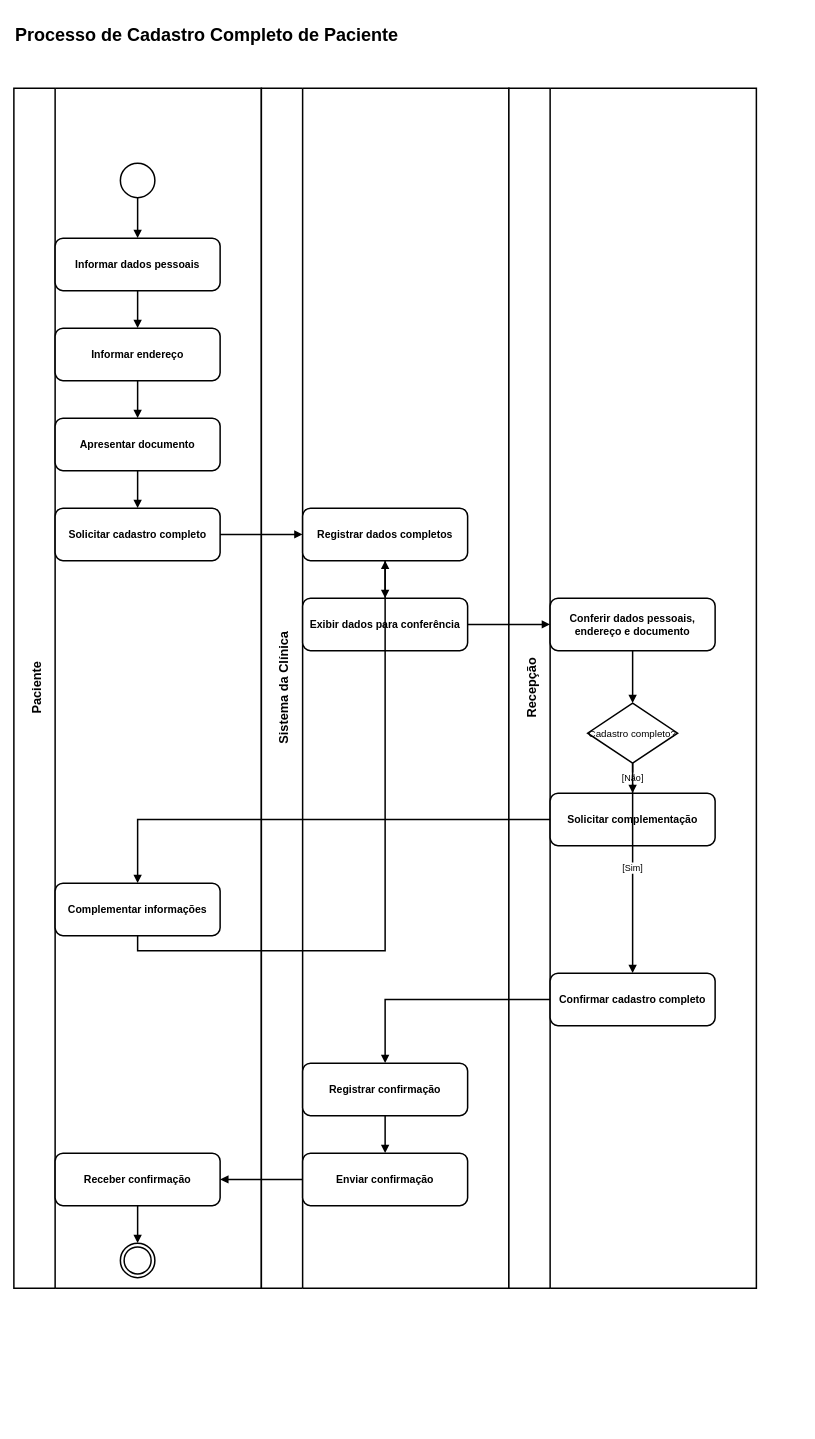
Before: documentos/diagramas/atividade/02-cadastro-paciente-completo.drawio in itodoconhecer-cmyk/aulas_umc_2026_1_spring_boot, a draw.io diagram. Source tidied: cells renumbered, new cells numbered last; positions are measured from the earlier drawing's top-left corner, leaving out a move shared by most shapes. Both pictures are drawn from the tidied source at 75%, with x=0, y=0 at pixel (14, 13).
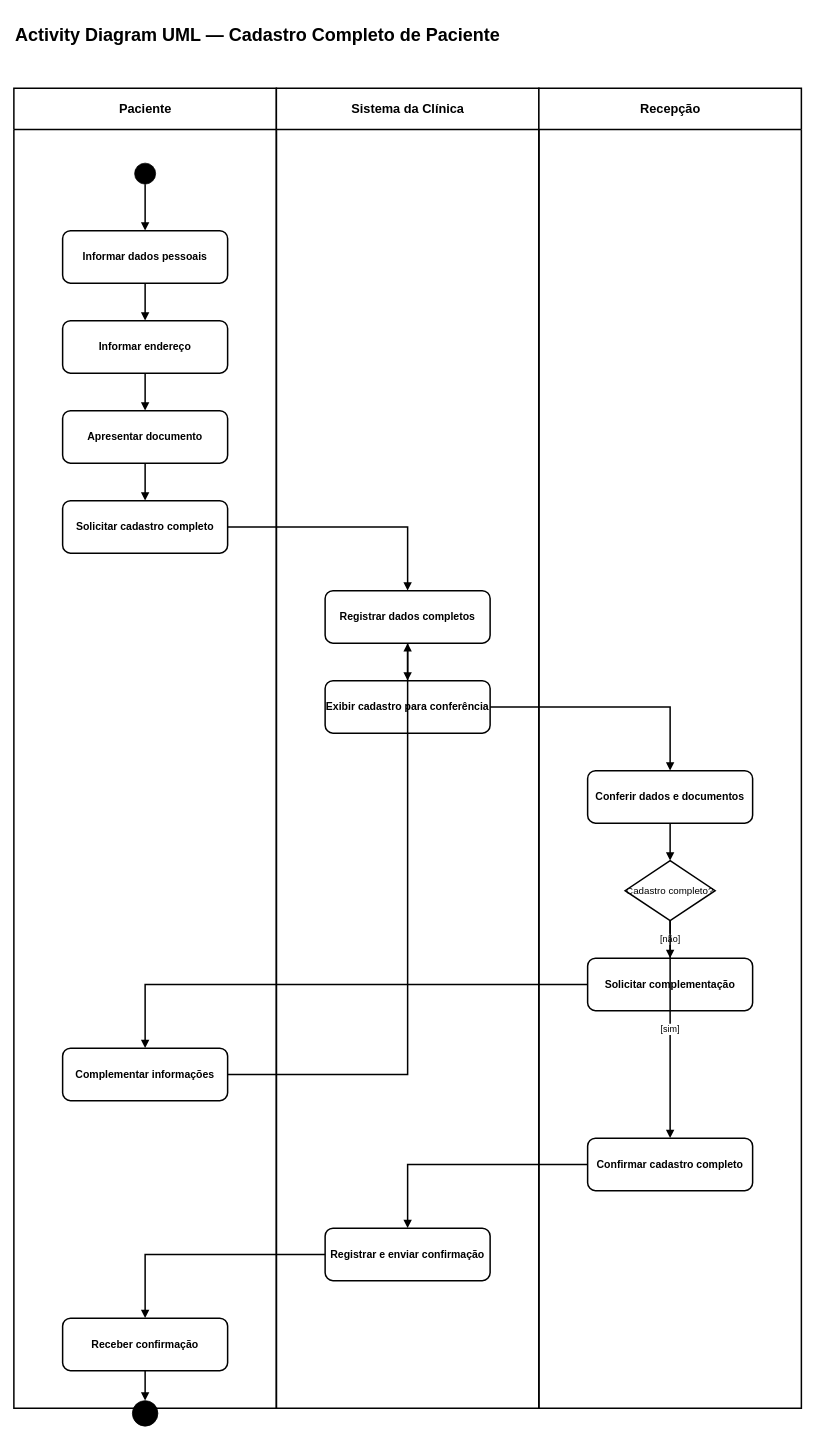
The same page after the edit.

Commit message:
docs: refaz activity diagram de cadastro completo com swimlanes UML

The edit, as a diff of the source:
```diff
@@
-    <mxCell id="2" value="Processo de Cadastro Completo de Paciente" style="text;html=1;align=left;verticalAlign=middle;fontSize=24;fontStyle=1;" parent="1" vertex="1">
-      <mxGeometry width="990" height="60" as="geometry" />
+    <mxCell id="2" value="Activity Diagram UML — Cadastro Completo de Paciente" style="text;html=1;align=left;verticalAlign=middle;fontSize=24;fontStyle=1;" parent="1" vertex="1">
+      <mxGeometry width="1050" height="60" as="geometry" />
     </mxCell>
-    <mxCell id="3" value="Paciente" style="swimlane;horizontal=0;startSize=55;html=1;fontStyle=1;fontSize=17;align=center;verticalAlign=top;spacingTop=14;fillColor=#ffffff;strokeColor=#000000;strokeWidth=2;" parent="1" vertex="1">
-      <mxGeometry y="100" width="330" height="1600" as="geometry" />
+    <mxCell id="3" value="Paciente" style="swimlane;horizontal=1;startSize=55;html=1;fontStyle=1;fontSize=17;align=center;verticalAlign=middle;fillColor=#ffffff;strokeColor=#000000;strokeWidth=2;" parent="1" vertex="1">
+      <mxGeometry y="100" width="350" height="1760" as="geometry" />
     </mxCell>
-    <mxCell id="4" value="Sistema da Clínica" style="swimlane;horizontal=0;startSize=55;html=1;fontStyle=1;fontSize=17;align=center;verticalAlign=top;spacingTop=14;fillColor=#ffffff;strokeColor=#000000;strokeWidth=2;" parent="1" vertex="1">
-      <mxGeometry x="330" y="100" width="330" height="1600" as="geometry" />
+    <mxCell id="4" value="Sistema da Clínica" style="swimlane;horizontal=1;startSize=55;html=1;fontStyle=1;fontSize=17;align=center;verticalAlign=middle;fillColor=#ffffff;strokeColor=#000000;strokeWidth=2;" parent="1" vertex="1">
+      <mxGeometry x="350" y="100" width="350" height="1760" as="geometry" />
     </mxCell>
-    <mxCell id="5" value="Recepção" style="swimlane;horizontal=0;startSize=55;html=1;fontStyle=1;fontSize=17;align=center;verticalAlign=top;spacingTop=14;fillColor=#ffffff;strokeColor=#000000;strokeWidth=2;" parent="1" vertex="1">
-      <mxGeometry x="660" y="100" width="330" height="1600" as="geometry" />
+    <mxCell id="5" value="Recepção" style="swimlane;horizontal=1;startSize=55;html=1;fontStyle=1;fontSize=17;align=center;verticalAlign=middle;fillColor=#ffffff;strokeColor=#000000;strokeWidth=2;" parent="1" vertex="1">
+      <mxGeometry x="700" y="100" width="350" height="1760" as="geometry" />
     </mxCell>
-    <mxCell id="6" style="ellipse;html=1;fillColor=#ffffff;strokeColor=#000000;strokeWidth=2;" parent="1" vertex="1">
-      <mxGeometry x="142" y="200" width="46" height="46" as="geometry" />
+    <mxCell id="6" style="ellipse;html=1;fillColor=#000000;strokeColor=#000000;" parent="3" vertex="1">
+      <mxGeometry x="161" y="100" width="28" height="28" as="geometry" />
     </mxCell>
-    <mxCell id="7" value="Informar dados pessoais" style="rounded=1;whiteSpace=wrap;html=1;fontSize=14;fontStyle=1;strokeWidth=2;fillColor=#ffffff;strokeColor=#000000;" parent="1" vertex="1">
-      <mxGeometry x="55" y="300" width="220" height="70" as="geometry" />
+    <mxCell id="7" value="Informar dados pessoais" style="rounded=1;whiteSpace=wrap;html=1;fontSize=14;fontStyle=1;strokeWidth=2;fillColor=#ffffff;strokeColor=#000000;" parent="3" vertex="1">
+      <mxGeometry x="65" y="190" width="220" height="70" as="geometry" />
     </mxCell>
-    <mxCell id="8" value="Informar endereço" style="rounded=1;whiteSpace=wrap;html=1;fontSize=14;fontStyle=1;strokeWidth=2;fillColor=#ffffff;strokeColor=#000000;" parent="1" vertex="1">
-      <mxGeometry x="55" y="420" width="220" height="70" as="geometry" />
+    <mxCell id="8" value="Informar endereço" style="rounded=1;whiteSpace=wrap;html=1;fontSize=14;fontStyle=1;strokeWidth=2;fillColor=#ffffff;strokeColor=#000000;" parent="3" vertex="1">
+      <mxGeometry x="65" y="310" width="220" height="70" as="geometry" />
     </mxCell>
-    <mxCell id="9" value="Apresentar documento" style="rounded=1;whiteSpace=wrap;html=1;fontSize=14;fontStyle=1;strokeWidth=2;fillColor=#ffffff;strokeColor=#000000;" parent="1" vertex="1">
-      <mxGeometry x="55" y="540" width="220" height="70" as="geometry" />
+    <mxCell id="9" value="Apresentar documento" style="rounded=1;whiteSpace=wrap;html=1;fontSize=14;fontStyle=1;strokeWidth=2;fillColor=#ffffff;strokeColor=#000000;" parent="3" vertex="1">
+      <mxGeometry x="65" y="430" width="220" height="70" as="geometry" />
     </mxCell>
-    <mxCell id="10" value="Solicitar cadastro completo" style="rounded=1;whiteSpace=wrap;html=1;fontSize=14;fontStyle=1;strokeWidth=2;fillColor=#ffffff;strokeColor=#000000;" parent="1" vertex="1">
-      <mxGeometry x="55" y="660" width="220" height="70" as="geometry" />
+    <mxCell id="10" value="Solicitar cadastro completo" style="rounded=1;whiteSpace=wrap;html=1;fontSize=14;fontStyle=1;strokeWidth=2;fillColor=#ffffff;strokeColor=#000000;" parent="3" vertex="1">
+      <mxGeometry x="65" y="550" width="220" height="70" as="geometry" />
     </mxCell>
-    <mxCell id="11" value="Registrar dados completos" style="rounded=1;whiteSpace=wrap;html=1;fontSize=14;fontStyle=1;strokeWidth=2;fillColor=#ffffff;strokeColor=#000000;" parent="1" vertex="1">
-      <mxGeometry x="385" y="660" width="220" height="70" as="geometry" />
+    <mxCell id="11" value="Registrar dados completos" style="rounded=1;whiteSpace=wrap;html=1;fontSize=14;fontStyle=1;strokeWidth=2;fillColor=#ffffff;strokeColor=#000000;" parent="4" vertex="1">
+      <mxGeometry x="65" y="670" width="220" height="70" as="geometry" />
     </mxCell>
-    <mxCell id="12" value="Exibir dados para conferência" style="rounded=1;whiteSpace=wrap;html=1;fontSize=14;fontStyle=1;strokeWidth=2;fillColor=#ffffff;strokeColor=#000000;" parent="1" vertex="1">
-      <mxGeometry x="385" y="780" width="220" height="70" as="geometry" />
+    <mxCell id="12" value="Exibir cadastro para conferência" style="rounded=1;whiteSpace=wrap;html=1;fontSize=14;fontStyle=1;strokeWidth=2;fillColor=#ffffff;strokeColor=#000000;" parent="4" vertex="1">
+      <mxGeometry x="65" y="790" width="220" height="70" as="geometry" />
     </mxCell>
-    <mxCell id="13" value="Conferir dados pessoais, endereço e documento" style="rounded=1;whiteSpace=wrap;html=1;fontSize=14;fontStyle=1;strokeWidth=2;fillColor=#ffffff;strokeColor=#000000;" parent="1" vertex="1">
-      <mxGeometry x="715" y="780" width="220" height="70" as="geometry" />
+    <mxCell id="13" value="Conferir dados e documentos" style="rounded=1;whiteSpace=wrap;html=1;fontSize=14;fontStyle=1;strokeWidth=2;fillColor=#ffffff;strokeColor=#000000;" parent="5" vertex="1">
+      <mxGeometry x="65" y="910" width="220" height="70" as="geometry" />
     </mxCell>
-    <mxCell id="14" value="Cadastro completo?" style="rhombus;whiteSpace=wrap;html=1;fontSize=13;strokeWidth=2;fillColor=#ffffff;strokeColor=#000000;" parent="1" vertex="1">
-      <mxGeometry x="765" y="920" width="120" height="80" as="geometry" />
-    </mxCell>
-    <mxCell id="15" value="Solicitar complementação" style="rounded=1;whiteSpace=wrap;html=1;fontSize=14;fontStyle=1;strokeWidth=2;fillColor=#ffffff;strokeColor=#000000;" parent="1" vertex="1">
-      <mxGeometry x="715" y="1040" width="220" height="70" as="geometry" />
+    <mxCell id="15" value="Solicitar complementação" style="rounded=1;whiteSpace=wrap;html=1;fontSize=14;fontStyle=1;strokeWidth=2;fillColor=#ffffff;strokeColor=#000000;" parent="5" vertex="1">
+      <mxGeometry x="65" y="1160" width="220" height="70" as="geometry" />
     </mxCell>
-    <mxCell id="16" value="Complementar informações" style="rounded=1;whiteSpace=wrap;html=1;fontSize=14;fontStyle=1;strokeWidth=2;fillColor=#ffffff;strokeColor=#000000;" parent="1" vertex="1">
-      <mxGeometry x="55" y="1160" width="220" height="70" as="geometry" />
+    <mxCell id="16" value="Complementar informações" style="rounded=1;whiteSpace=wrap;html=1;fontSize=14;fontStyle=1;strokeWidth=2;fillColor=#ffffff;strokeColor=#000000;" parent="3" vertex="1">
+      <mxGeometry x="65" y="1280" width="220" height="70" as="geometry" />
     </mxCell>
-    <mxCell id="17" value="Confirmar cadastro completo" style="rounded=1;whiteSpace=wrap;html=1;fontSize=14;fontStyle=1;strokeWidth=2;fillColor=#ffffff;strokeColor=#000000;" parent="1" vertex="1">
-      <mxGeometry x="715" y="1280" width="220" height="70" as="geometry" />
+    <mxCell id="17" value="Confirmar cadastro completo" style="rounded=1;whiteSpace=wrap;html=1;fontSize=14;fontStyle=1;strokeWidth=2;fillColor=#ffffff;strokeColor=#000000;" parent="5" vertex="1">
+      <mxGeometry x="65" y="1400" width="220" height="70" as="geometry" />
     </mxCell>
-    <mxCell id="18" value="Registrar confirmação" style="rounded=1;whiteSpace=wrap;html=1;fontSize=14;fontStyle=1;strokeWidth=2;fillColor=#ffffff;strokeColor=#000000;" parent="1" vertex="1">
-      <mxGeometry x="385" y="1400" width="220" height="70" as="geometry" />
+    <mxCell id="18" value="Registrar e enviar confirmação" style="rounded=1;whiteSpace=wrap;html=1;fontSize=14;fontStyle=1;strokeWidth=2;fillColor=#ffffff;strokeColor=#000000;" parent="4" vertex="1">
+      <mxGeometry x="65" y="1520" width="220" height="70" as="geometry" />
     </mxCell>
-    <mxCell id="19" value="Enviar confirmação" style="rounded=1;whiteSpace=wrap;html=1;fontSize=14;fontStyle=1;strokeWidth=2;fillColor=#ffffff;strokeColor=#000000;" parent="1" vertex="1">
-      <mxGeometry x="385" y="1520" width="220" height="70" as="geometry" />
+    <mxCell id="19" value="Receber confirmação" style="rounded=1;whiteSpace=wrap;html=1;fontSize=14;fontStyle=1;strokeWidth=2;fillColor=#ffffff;strokeColor=#000000;" parent="3" vertex="1">
+      <mxGeometry x="65" y="1640" width="220" height="70" as="geometry" />
     </mxCell>
-    <mxCell id="20" value="Receber confirmação" style="rounded=1;whiteSpace=wrap;html=1;fontSize=14;fontStyle=1;strokeWidth=2;fillColor=#ffffff;strokeColor=#000000;" parent="1" vertex="1">
-      <mxGeometry x="55" y="1520" width="220" height="70" as="geometry" />
-    </mxCell>
+    <mxCell id="14" value="Cadastro completo?" style="rhombus;whiteSpace=wrap;html=1;fontSize=13;strokeWidth=2;fillColor=#ffffff;strokeColor=#000000;" parent="5" vertex="1">
+      <mxGeometry x="115" y="1030" width="120" height="80" as="geometry" />
+    </mxCell>
-    <mxCell id="21" style="ellipse;html=1;fillColor=#ffffff;strokeColor=#000000;strokeWidth=2;shape=doubleEllipse;" parent="1" vertex="1">
-      <mxGeometry x="142" y="1640" width="46" height="46" as="geometry" />
+    <mxCell id="21" style="ellipse;html=1;fillColor=#000000;strokeColor=#000000;shape=doubleEllipse;" parent="3" vertex="1">
+      <mxGeometry x="158" y="1750" width="34" height="34" as="geometry" />
     </mxCell>
-    <mxCell id="22" style="edgeStyle=orthogonalEdgeStyle;rounded=0;jettySize=30;html=1;endArrow=block;endFill=1;strokeWidth=2;fontSize=12;labelBackgroundColor=#ffffff;" parent="1" edge="1" source="6" target="7">
+    <mxCell id="22" style="edgeStyle=orthogonalEdgeStyle;rounded=0;jettySize=35;html=1;endArrow=block;endFill=1;strokeWidth=2;fontSize=12;labelBackgroundColor=#ffffff;" parent="1" edge="1" source="6" target="7">
       <mxGeometry relative="1" as="geometry" />
     </mxCell>
-    <mxCell id="23" style="edgeStyle=orthogonalEdgeStyle;rounded=0;jettySize=30;html=1;endArrow=block;endFill=1;strokeWidth=2;fontSize=12;labelBackgroundColor=#ffffff;" parent="1" edge="1" source="7" target="8">
+    <mxCell id="23" style="edgeStyle=orthogonalEdgeStyle;rounded=0;jettySize=35;html=1;endArrow=block;endFill=1;strokeWidth=2;fontSize=12;labelBackgroundColor=#ffffff;" parent="1" edge="1" source="7" target="8">
       <mxGeometry relative="1" as="geometry" />
     </mxCell>
-    <mxCell id="24" style="edgeStyle=orthogonalEdgeStyle;rounded=0;jettySize=30;html=1;endArrow=block;endFill=1;strokeWidth=2;fontSize=12;labelBackgroundColor=#ffffff;" parent="1" edge="1" source="8" target="9">
+    <mxCell id="24" style="edgeStyle=orthogonalEdgeStyle;rounded=0;jettySize=35;html=1;endArrow=block;endFill=1;strokeWidth=2;fontSize=12;labelBackgroundColor=#ffffff;" parent="1" edge="1" source="8" target="9">
       <mxGeometry relative="1" as="geometry" />
     </mxCell>
-    <mxCell id="25" style="edgeStyle=orthogonalEdgeStyle;rounded=0;jettySize=30;html=1;endArrow=block;endFill=1;strokeWidth=2;fontSize=12;labelBackgroundColor=#ffffff;" parent="1" edge="1" source="9" target="10">
+    <mxCell id="25" style="edgeStyle=orthogonalEdgeStyle;rounded=0;jettySize=35;html=1;endArrow=block;endFill=1;strokeWidth=2;fontSize=12;labelBackgroundColor=#ffffff;" parent="1" edge="1" source="9" target="10">
       <mxGeometry relative="1" as="geometry" />
     </mxCell>
-    <mxCell id="26" style="edgeStyle=orthogonalEdgeStyle;rounded=0;jettySize=30;html=1;endArrow=block;endFill=1;strokeWidth=2;fontSize=12;labelBackgroundColor=#ffffff;" parent="1" edge="1" source="10" target="11">
+    <mxCell id="26" style="edgeStyle=orthogonalEdgeStyle;rounded=0;jettySize=35;html=1;endArrow=block;endFill=1;strokeWidth=2;fontSize=12;labelBackgroundColor=#ffffff;" parent="1" edge="1" source="10" target="11">
       <mxGeometry relative="1" as="geometry" />
     </mxCell>
-    <mxCell id="27" style="edgeStyle=orthogonalEdgeStyle;rounded=0;jettySize=30;html=1;endArrow=block;endFill=1;strokeWidth=2;fontSize=12;labelBackgroundColor=#ffffff;" parent="1" edge="1" source="11" target="12">
+    <mxCell id="27" style="edgeStyle=orthogonalEdgeStyle;rounded=0;jettySize=35;html=1;endArrow=block;endFill=1;strokeWidth=2;fontSize=12;labelBackgroundColor=#ffffff;" parent="1" edge="1" source="11" target="12">
       <mxGeometry relative="1" as="geometry" />
     </mxCell>
-    <mxCell id="28" style="edgeStyle=orthogonalEdgeStyle;rounded=0;jettySize=30;html=1;endArrow=block;endFill=1;strokeWidth=2;fontSize=12;labelBackgroundColor=#ffffff;" parent="1" edge="1" source="12" target="13">
+    <mxCell id="28" style="edgeStyle=orthogonalEdgeStyle;rounded=0;jettySize=35;html=1;endArrow=block;endFill=1;strokeWidth=2;fontSize=12;labelBackgroundColor=#ffffff;" parent="1" edge="1" source="12" target="13">
       <mxGeometry relative="1" as="geometry" />
     </mxCell>
-    <mxCell id="29" style="edgeStyle=orthogonalEdgeStyle;rounded=0;jettySize=30;html=1;endArrow=block;endFill=1;strokeWidth=2;fontSize=12;labelBackgroundColor=#ffffff;" parent="1" edge="1" source="13" target="14">
+    <mxCell id="29" style="edgeStyle=orthogonalEdgeStyle;rounded=0;jettySize=35;html=1;endArrow=block;endFill=1;strokeWidth=2;fontSize=12;labelBackgroundColor=#ffffff;" parent="1" edge="1" source="13" target="14">
       <mxGeometry relative="1" as="geometry" />
     </mxCell>
-    <mxCell id="30" value="[Não]" style="edgeStyle=orthogonalEdgeStyle;rounded=0;jettySize=30;html=1;endArrow=block;endFill=1;strokeWidth=2;fontSize=12;labelBackgroundColor=#ffffff;" parent="1" edge="1" source="14" target="15">
+    <mxCell id="30" value="[não]" style="edgeStyle=orthogonalEdgeStyle;rounded=0;jettySize=35;html=1;endArrow=block;endFill=1;strokeWidth=2;fontSize=12;labelBackgroundColor=#ffffff;" parent="1" edge="1" source="14" target="15">
       <mxGeometry relative="1" as="geometry" />
     </mxCell>
-    <mxCell id="31" style="edgeStyle=orthogonalEdgeStyle;rounded=0;jettySize=30;html=1;endArrow=block;endFill=1;strokeWidth=2;fontSize=12;labelBackgroundColor=#ffffff;" parent="1" edge="1" source="15" target="16">
+    <mxCell id="31" style="edgeStyle=orthogonalEdgeStyle;rounded=0;jettySize=35;html=1;endArrow=block;endFill=1;strokeWidth=2;fontSize=12;labelBackgroundColor=#ffffff;" parent="1" edge="1" source="15" target="16">
       <mxGeometry relative="1" as="geometry" />
     </mxCell>
-    <mxCell id="32" style="edgeStyle=orthogonalEdgeStyle;rounded=0;jettySize=30;html=1;endArrow=block;endFill=1;strokeWidth=2;fontSize=12;labelBackgroundColor=#ffffff;" parent="1" edge="1" source="16" target="11">
-      <mxGeometry relative="1" as="geometry">
-        <Array as="points">
-          <mxPoint x="165" y="1250" />
-          <mxPoint x="495" y="1250" />
-          <mxPoint x="495" y="695" />
-        </Array>
-      </mxGeometry>
+    <mxCell id="32" style="edgeStyle=orthogonalEdgeStyle;rounded=0;jettySize=35;html=1;endArrow=block;endFill=1;strokeWidth=2;fontSize=12;labelBackgroundColor=#ffffff;" parent="1" edge="1" source="16" target="11">
+      <mxGeometry relative="1" as="geometry" />
     </mxCell>
-    <mxCell id="33" value="[Sim]" style="edgeStyle=orthogonalEdgeStyle;rounded=0;jettySize=30;html=1;endArrow=block;endFill=1;strokeWidth=2;fontSize=12;labelBackgroundColor=#ffffff;" parent="1" edge="1" source="14" target="17">
+    <mxCell id="33" value="[sim]" style="edgeStyle=orthogonalEdgeStyle;rounded=0;jettySize=35;html=1;endArrow=block;endFill=1;strokeWidth=2;fontSize=12;labelBackgroundColor=#ffffff;" parent="1" edge="1" source="14" target="17">
       <mxGeometry relative="1" as="geometry" />
     </mxCell>
-    <mxCell id="34" style="edgeStyle=orthogonalEdgeStyle;rounded=0;jettySize=30;html=1;endArrow=block;endFill=1;strokeWidth=2;fontSize=12;labelBackgroundColor=#ffffff;" parent="1" edge="1" source="17" target="18">
+    <mxCell id="34" style="edgeStyle=orthogonalEdgeStyle;rounded=0;jettySize=35;html=1;endArrow=block;endFill=1;strokeWidth=2;fontSize=12;labelBackgroundColor=#ffffff;" parent="1" edge="1" source="17" target="18">
       <mxGeometry relative="1" as="geometry" />
     </mxCell>
-    <mxCell id="35" style="edgeStyle=orthogonalEdgeStyle;rounded=0;jettySize=30;html=1;endArrow=block;endFill=1;strokeWidth=2;fontSize=12;labelBackgroundColor=#ffffff;" parent="1" edge="1" source="18" target="19">
+    <mxCell id="35" style="edgeStyle=orthogonalEdgeStyle;rounded=0;jettySize=35;html=1;endArrow=block;endFill=1;strokeWidth=2;fontSize=12;labelBackgroundColor=#ffffff;" parent="1" edge="1" source="18" target="19">
       <mxGeometry relative="1" as="geometry" />
     </mxCell>
-    <mxCell id="36" style="edgeStyle=orthogonalEdgeStyle;rounded=0;jettySize=30;html=1;endArrow=block;endFill=1;strokeWidth=2;fontSize=12;labelBackgroundColor=#ffffff;" parent="1" edge="1" source="19" target="20">
+    <mxCell id="36" style="edgeStyle=orthogonalEdgeStyle;rounded=0;jettySize=35;html=1;endArrow=block;endFill=1;strokeWidth=2;fontSize=12;labelBackgroundColor=#ffffff;" parent="1" edge="1" source="19" target="21">
       <mxGeometry relative="1" as="geometry" />
     </mxCell>
-    <mxCell id="37" style="edgeStyle=orthogonalEdgeStyle;rounded=0;jettySize=30;html=1;endArrow=block;endFill=1;strokeWidth=2;fontSize=12;labelBackgroundColor=#ffffff;" parent="1" edge="1" source="20" target="21">
-      <mxGeometry relative="1" as="geometry" />
-    </mxCell>
```
